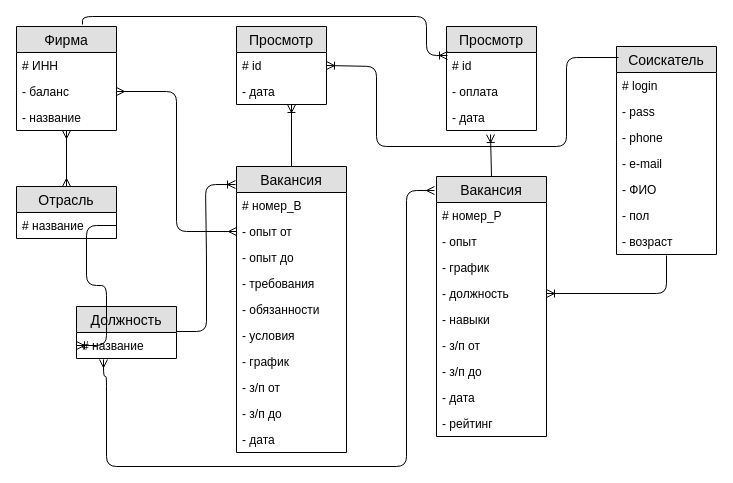
Salikhov222/students keeps this draw.io diagram as Диаграмма без названия.drawio. Above is the earlier version. Source tidied: cells renumbered, new cells numbered last; positions are measured from the earlier drawing's top-left corner, leaving out a move shared by most shapes. Both pictures are drawn from the tidied source at 100%, with x=0, y=0 at pixel (16, 16).
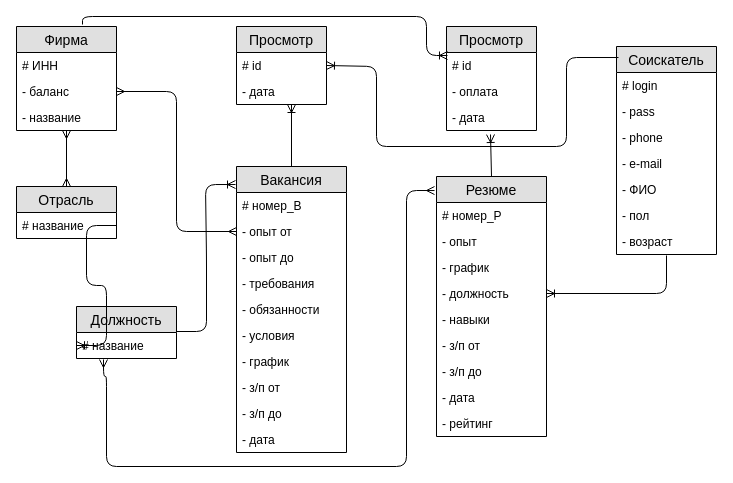
After the change.

The edit, as a diff of the source:
```diff
@@
-    <mxCell id="36" value="Вакансия" style="swimlane;fontStyle=0;horizontal=1;startSize=26;fillColor=#e0e0e0;swimlaneFillColor=#ffffff;align=center;fontSize=14;" parent="1" vertex="1">
+    <mxCell id="36" value="Резюме" style="swimlane;fontStyle=0;horizontal=1;startSize=26;fillColor=#e0e0e0;swimlaneFillColor=#ffffff;align=center;fontSize=14;" parent="1" vertex="1">
       <mxGeometry x="420" y="160" width="110" height="260" as="geometry" />
     </mxCell>
```
